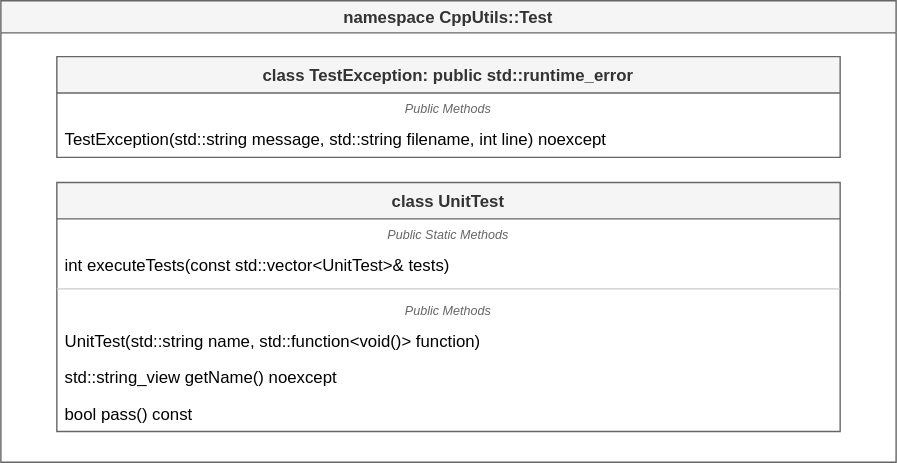
MorganCaron/CppUtils keeps this draw.io diagram as Type/resources/TypeId.drawio.svg. Above is the earlier version. Source tidied: cells renumbered, new cells last; positions are measured from the earlier drawing's top-left corner, leaving out a move shared by most shapes.
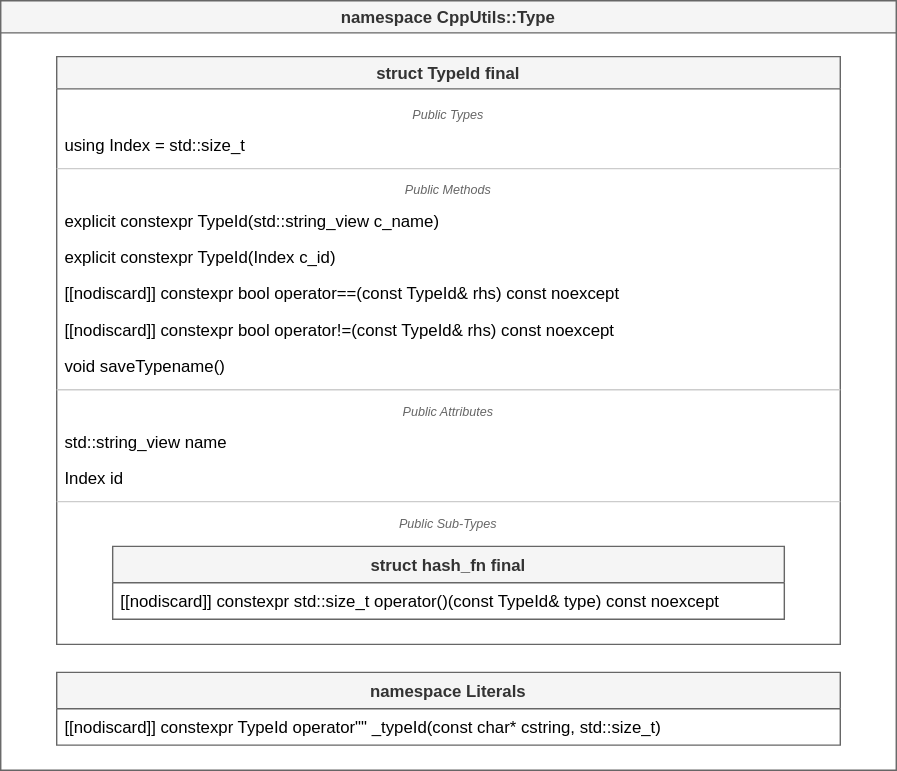
After the commit.

What changed in the source:
```diff
@@ -2,41 +2,68 @@
   <root>
     <mxCell id="0" />
     <mxCell id="1" parent="0" />
-    <mxCell id="2" value="namespace CppUtils::Test" style="swimlane;swimlaneFillColor=#ffffff;labelBackgroundColor=none;fillColor=#f5f5f5;strokeColor=#666666;fontColor=#333333;" parent="1" vertex="1">
-      <mxGeometry width="640" height="330" as="geometry" />
+    <mxCell id="2" value="namespace CppUtils::Type" style="swimlane;swimlaneFillColor=#ffffff;labelBackgroundColor=none;fillColor=#f5f5f5;strokeColor=#666666;fontColor=#333333;" parent="1" vertex="1">
+      <mxGeometry width="640" height="550" as="geometry" />
     </mxCell>
-    <mxCell id="3" value="class TestException: public std::runtime_error" style="swimlane;fontStyle=1;align=center;verticalAlign=top;horizontal=1;startSize=26;swimlaneFillColor=#ffffff;shadow=0;glass=0;swimlaneLine=1;rounded=0;comic=0;labelBackgroundColor=none;fillColor=#f5f5f5;strokeColor=#666666;fontColor=#333333;" parent="2" vertex="1">
-      <mxGeometry x="40" y="40" width="560" height="72" as="geometry" />
-    </mxCell>
-    <mxCell id="4" value="Public Methods" style="text;strokeColor=none;fillColor=none;align=center;verticalAlign=top;spacingLeft=4;spacingRight=4;overflow=hidden;fontStyle=2;fontSize=9;fontColor=#666666;spacing=2;" parent="3" vertex="1">
-      <mxGeometry y="26" width="560" height="20" as="geometry" />
-    </mxCell>
-    <mxCell id="5" value="TestException(std::string message, std::string filename, int line) noexcept" style="text;strokeColor=none;fillColor=none;align=left;verticalAlign=top;spacingLeft=4;spacingRight=4;overflow=hidden;fontColor=#000000;" parent="3" vertex="1">
-      <mxGeometry y="46" width="560" height="26" as="geometry" />
-    </mxCell>
-    <mxCell id="6" value="class UnitTest" style="swimlane;fontStyle=1;align=center;verticalAlign=top;horizontal=1;startSize=26;swimlaneFillColor=#ffffff;shadow=0;glass=0;swimlaneLine=1;rounded=0;comic=0;labelBackgroundColor=none;fillColor=#f5f5f5;strokeColor=#666666;fontColor=#333333;" parent="2" vertex="1">
-      <mxGeometry x="40" y="130" width="560" height="178" as="geometry" />
-    </mxCell>
+    <mxCell id="14" value="namespace Literals" style="swimlane;fontStyle=1;align=center;verticalAlign=top;horizontal=1;startSize=26;swimlaneFillColor=#ffffff;shadow=0;glass=0;swimlaneLine=1;rounded=0;comic=0;labelBackgroundColor=none;fillColor=#f5f5f5;strokeColor=#666666;fontColor=#333333;" parent="2" vertex="1">
+      <mxGeometry x="40" y="480" width="560" height="52" as="geometry" />
+    </mxCell>
+    <mxCell id="15" value="[[nodiscard]] constexpr TypeId operator&quot;&quot; _typeId(const char* cstring, std::size_t)" style="text;strokeColor=none;fillColor=none;align=left;verticalAlign=top;spacingLeft=4;spacingRight=4;overflow=hidden;fontColor=#000000;" parent="14" vertex="1">
+      <mxGeometry y="26" width="560" height="26" as="geometry" />
+    </mxCell>
+    <mxCell id="16" value="struct TypeId final" style="swimlane;swimlaneFillColor=#ffffff;labelBackgroundColor=none;fillColor=#f5f5f5;strokeColor=#666666;fontColor=#333333;" parent="2" vertex="1">
+      <mxGeometry x="40" y="40" width="560" height="420" as="geometry" />
+    </mxCell>
-    <mxCell id="7" value="Public Static Methods" style="text;strokeColor=none;fillColor=none;align=center;verticalAlign=top;spacingLeft=4;spacingRight=4;overflow=hidden;fontStyle=2;fontSize=9;fontColor=#666666;spacing=2;" parent="6" vertex="1">
-      <mxGeometry y="26" width="560" height="20" as="geometry" />
+    <mxCell id="7" value="Public Types" style="text;strokeColor=none;fillColor=none;align=center;verticalAlign=top;spacingLeft=4;spacingRight=4;overflow=hidden;fontStyle=2;fontSize=9;fontColor=#666666;spacing=2;" parent="16" vertex="1">
+      <mxGeometry y="30" width="560" height="20" as="geometry" />
     </mxCell>
-    <mxCell id="8" value="int executeTests(const std::vector&lt;UnitTest&gt;&amp; tests)" style="text;strokeColor=none;fillColor=none;align=left;verticalAlign=top;spacingLeft=4;spacingRight=4;overflow=hidden;fontColor=#000000;" parent="6" vertex="1">
-      <mxGeometry y="46" width="560" height="26" as="geometry" />
+    <mxCell id="8" value="using Index = std::size_t" style="text;strokeColor=none;fillColor=none;align=left;verticalAlign=top;spacingLeft=4;spacingRight=4;overflow=hidden;fontColor=#000000;" parent="16" vertex="1">
+      <mxGeometry y="50" width="560" height="26" as="geometry" />
     </mxCell>
-    <mxCell id="9" style="line;strokeWidth=1;fillColor=none;align=left;verticalAlign=middle;spacingTop=-1;spacingLeft=3;spacingRight=3;labelPosition=right;strokeColor=#CCCCCC;" parent="6" vertex="1">
-      <mxGeometry y="72" width="560" height="8" as="geometry" />
+    <mxCell id="9" style="line;strokeWidth=1;fillColor=none;align=left;verticalAlign=middle;spacingTop=-1;spacingLeft=3;spacingRight=3;labelPosition=right;strokeColor=#CCCCCC;" parent="16" vertex="1">
+      <mxGeometry y="76" width="560" height="8" as="geometry" />
     </mxCell>
-    <mxCell id="10" value="Public Methods" style="text;strokeColor=none;fillColor=none;align=center;verticalAlign=top;spacingLeft=4;spacingRight=4;overflow=hidden;fontStyle=2;fontSize=9;fontColor=#666666;spacing=2;" parent="6" vertex="1">
-      <mxGeometry y="80" width="560" height="20" as="geometry" />
-    </mxCell>
-    <mxCell id="11" value="UnitTest(std::string name, std::function&lt;void()&gt; function)" style="text;strokeColor=none;fillColor=none;align=left;verticalAlign=top;spacingLeft=4;spacingRight=4;overflow=hidden;fontColor=#000000;" parent="6" vertex="1">
-      <mxGeometry y="100" width="560" height="26" as="geometry" />
-    </mxCell>
-    <mxCell id="12" value="std::string_view getName() noexcept" style="text;strokeColor=none;fillColor=none;align=left;verticalAlign=top;spacingLeft=4;spacingRight=4;overflow=hidden;fontColor=#000000;" parent="6" vertex="1">
-      <mxGeometry y="126" width="560" height="26" as="geometry" />
-    </mxCell>
-    <mxCell id="13" value="bool pass() const" style="text;strokeColor=none;fillColor=none;align=left;verticalAlign=top;spacingLeft=4;spacingRight=4;overflow=hidden;fontColor=#000000;" parent="6" vertex="1">
-      <mxGeometry y="152" width="560" height="26" as="geometry" />
-    </mxCell>
+    <mxCell id="4" value="Public Methods" style="text;strokeColor=none;fillColor=none;align=center;verticalAlign=top;spacingLeft=4;spacingRight=4;overflow=hidden;fontStyle=2;fontSize=9;fontColor=#666666;spacing=2;" parent="16" vertex="1">
+      <mxGeometry y="84" width="560" height="20" as="geometry" />
+    </mxCell>
+    <mxCell id="5" value="explicit constexpr TypeId(std::string_view c_name)" style="text;strokeColor=none;fillColor=none;align=left;verticalAlign=top;spacingLeft=4;spacingRight=4;overflow=hidden;fontColor=#000000;" parent="16" vertex="1">
+      <mxGeometry y="104" width="560" height="26" as="geometry" />
+    </mxCell>
+    <mxCell id="17" value="explicit constexpr TypeId(Index c_id)" style="text;strokeColor=none;fillColor=none;align=left;verticalAlign=top;spacingLeft=4;spacingRight=4;overflow=hidden;fontColor=#000000;" parent="16" vertex="1">
+      <mxGeometry y="130" width="560" height="26" as="geometry" />
+    </mxCell>
+    <mxCell id="18" value="[[nodiscard]] constexpr bool operator==(const TypeId&amp; rhs) const noexcept" style="text;strokeColor=none;fillColor=none;align=left;verticalAlign=top;spacingLeft=4;spacingRight=4;overflow=hidden;fontColor=#000000;" parent="16" vertex="1">
+      <mxGeometry y="156" width="560" height="26" as="geometry" />
+    </mxCell>
+    <mxCell id="19" value="[[nodiscard]] constexpr bool operator!=(const TypeId&amp; rhs) const noexcept" style="text;strokeColor=none;fillColor=none;align=left;verticalAlign=top;spacingLeft=4;spacingRight=4;overflow=hidden;fontColor=#000000;" parent="16" vertex="1">
+      <mxGeometry y="182" width="560" height="26" as="geometry" />
+    </mxCell>
+    <mxCell id="20" value="void saveTypename()" style="text;strokeColor=none;fillColor=none;align=left;verticalAlign=top;spacingLeft=4;spacingRight=4;overflow=hidden;fontColor=#000000;" parent="16" vertex="1">
+      <mxGeometry y="208" width="560" height="26" as="geometry" />
+    </mxCell>
+    <mxCell id="21" style="line;strokeWidth=1;fillColor=none;align=left;verticalAlign=middle;spacingTop=-1;spacingLeft=3;spacingRight=3;labelPosition=right;strokeColor=#CCCCCC;" parent="16" vertex="1">
+      <mxGeometry y="234" width="560" height="8" as="geometry" />
+    </mxCell>
+    <mxCell id="22" value="Public Attributes" style="text;strokeColor=none;fillColor=none;align=center;verticalAlign=top;spacingLeft=4;spacingRight=4;overflow=hidden;fontStyle=2;fontSize=9;fontColor=#666666;spacing=2;" parent="16" vertex="1">
+      <mxGeometry y="242" width="560" height="20" as="geometry" />
+    </mxCell>
+    <mxCell id="23" value="std::string_view name" style="text;strokeColor=none;fillColor=none;align=left;verticalAlign=top;spacingLeft=4;spacingRight=4;overflow=hidden;fontColor=#000000;" parent="16" vertex="1">
+      <mxGeometry y="262" width="560" height="26" as="geometry" />
+    </mxCell>
+    <mxCell id="24" value="Index id" style="text;strokeColor=none;fillColor=none;align=left;verticalAlign=top;spacingLeft=4;spacingRight=4;overflow=hidden;fontColor=#000000;" parent="16" vertex="1">
+      <mxGeometry y="288" width="560" height="26" as="geometry" />
+    </mxCell>
+    <mxCell id="25" style="line;strokeWidth=1;fillColor=none;align=left;verticalAlign=middle;spacingTop=-1;spacingLeft=3;spacingRight=3;labelPosition=right;strokeColor=#CCCCCC;" parent="16" vertex="1">
+      <mxGeometry y="314" width="560" height="8" as="geometry" />
+    </mxCell>
+    <mxCell id="26" value="Public Sub-Types" style="text;strokeColor=none;fillColor=none;align=center;verticalAlign=top;spacingLeft=4;spacingRight=4;overflow=hidden;fontStyle=2;fontSize=9;fontColor=#666666;spacing=2;" parent="16" vertex="1">
+      <mxGeometry y="322" width="560" height="20" as="geometry" />
+    </mxCell>
+    <mxCell id="3" value="struct hash_fn final" style="swimlane;fontStyle=1;align=center;verticalAlign=top;horizontal=1;startSize=26;swimlaneFillColor=#ffffff;shadow=0;glass=0;swimlaneLine=1;rounded=0;comic=0;labelBackgroundColor=none;fillColor=#f5f5f5;strokeColor=#666666;fontColor=#333333;" parent="16" vertex="1">
+      <mxGeometry x="40" y="350" width="480" height="52" as="geometry" />
+    </mxCell>
+    <mxCell id="27" value="[[nodiscard]] constexpr std::size_t operator()(const TypeId&amp; type) const noexcept" style="text;strokeColor=none;fillColor=none;align=left;verticalAlign=top;spacingLeft=4;spacingRight=4;overflow=hidden;fontColor=#000000;" parent="3" vertex="1">
+      <mxGeometry y="26" width="480" height="26" as="geometry" />
+    </mxCell>
   </root>
 </mxGraphModel>
```
